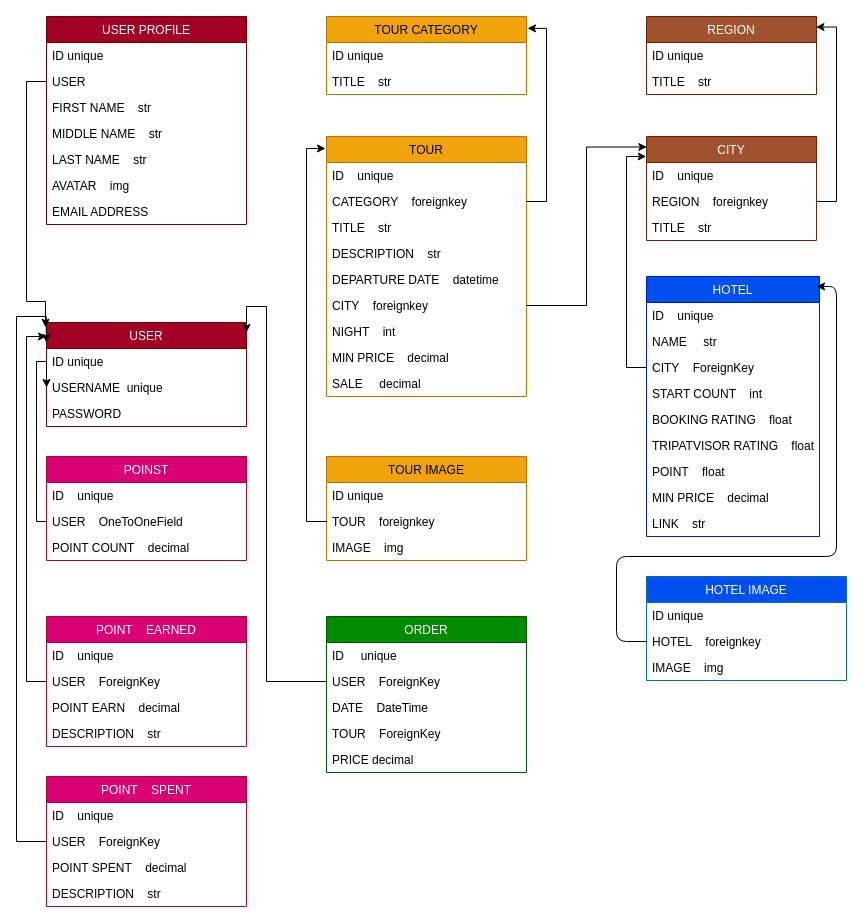
Before: travel.drawio in yazkhanov93/travel, a draw.io diagram. Source tidied: cells renumbered, new cells numbered last; positions are measured from the earlier drawing's top-left corner, leaving out a move shared by most shapes. Both pictures are drawn from the tidied source at 100%, with x=0, y=0 at pixel (6, 2).
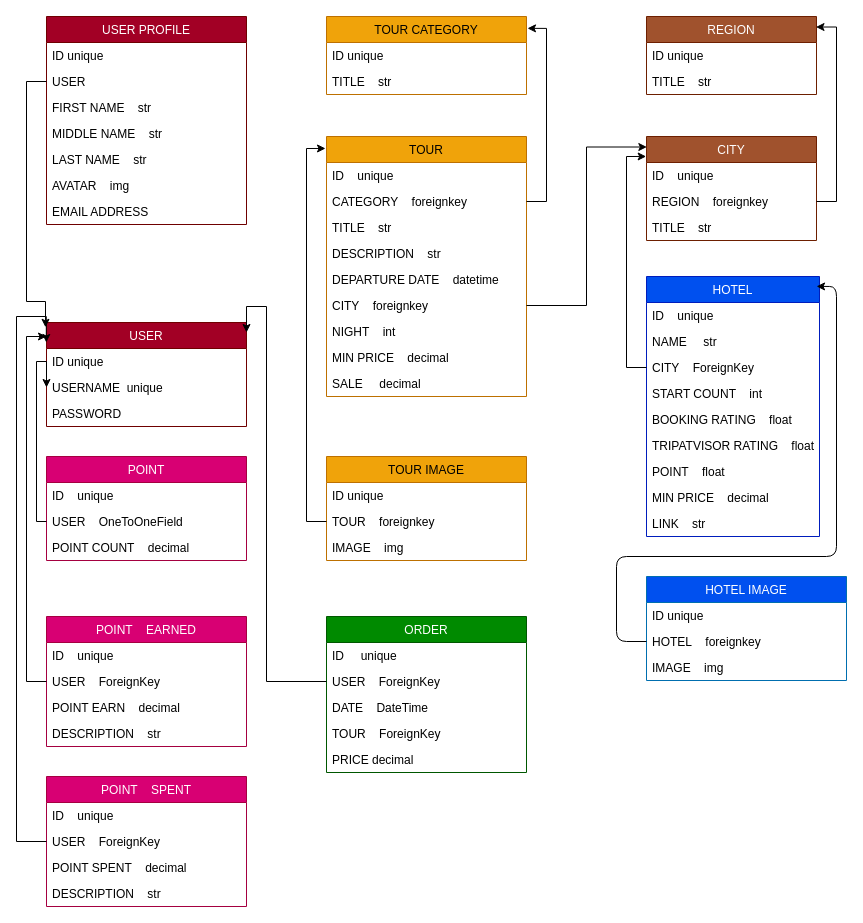
Above is the later version.

What changed in the source:
```diff
@@
-    <mxCell id="48" value="POINST" style="swimlane;fontStyle=0;horizontal=1;startSize=26;fillColor=#d80073;fontColor=#ffffff;strokeColor=#A50040;" parent="1" vertex="1">
+    <mxCell id="48" value="POINT" style="swimlane;fontStyle=0;horizontal=1;startSize=26;fillColor=#d80073;fontColor=#ffffff;strokeColor=#A50040;" parent="1" vertex="1">
       <mxGeometry x="40" y="454" width="200" height="104" as="geometry" />
     </mxCell>
```
